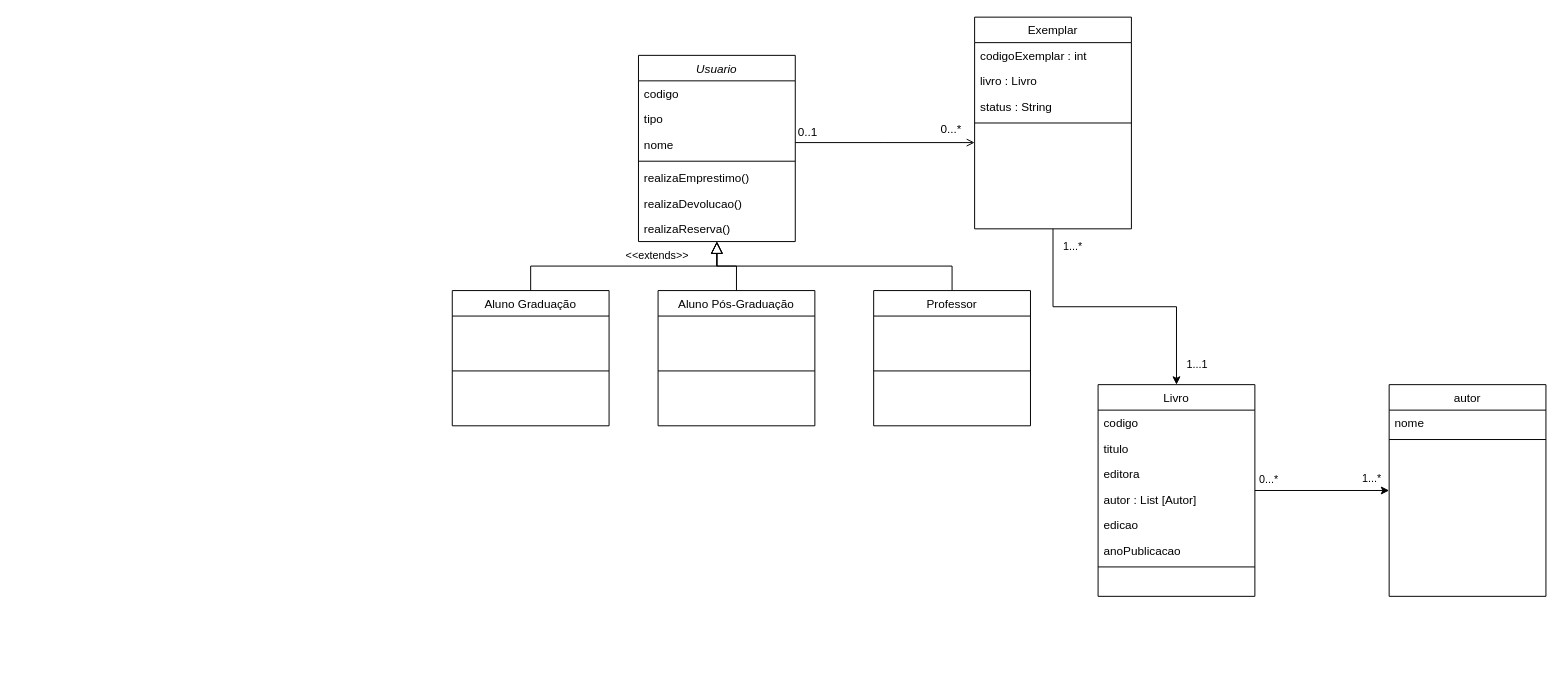
Earlier version of the draw.io diagram diagramas/Diagrama de Classes.drawio (DiegoSMAnjos/UFBA-BSI-EngSoft1-Sistema-Biblioteca). Source tidied: cells renumbered, new cells numbered last; positions are measured from the earlier drawing's top-left corner, leaving out a move shared by most shapes. Both pictures are drawn from the tidied source at 98%, with x=0, y=0 at pixel (452, 17).
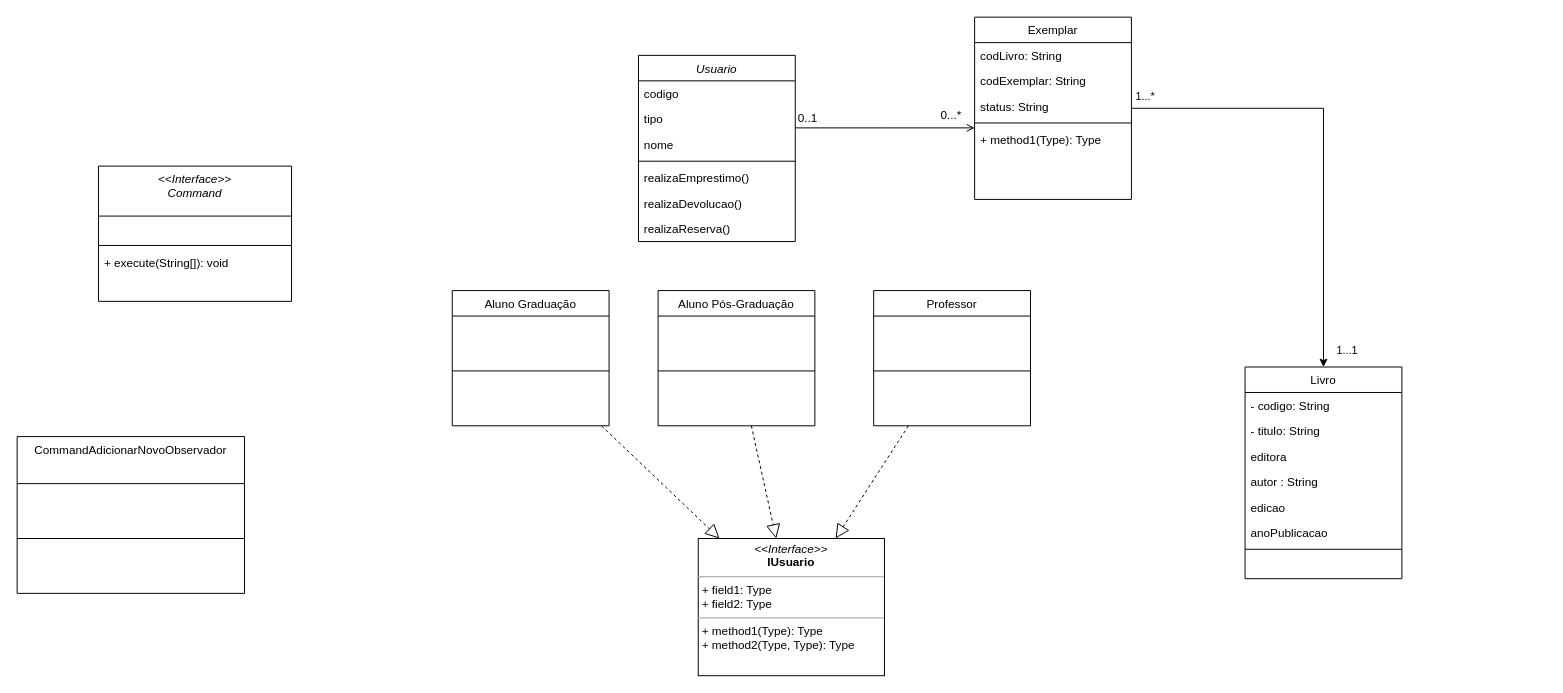
After the change.

The change refers to these unchanged cells:
```xml
<mxCell id="2" value="Usuario" style="swimlane;fontStyle=2;align=center;verticalAlign=top;horizontal=1;startSize=26;rounded=0;shadow=0;strokeWidth=1;" parent="1" vertex="1">
  <mxGeometry x="190" y="39" width="160" height="190" as="geometry" />
</mxCell>
<mxCell id="10" value="Aluno Graduação" style="swimlane;fontStyle=0;align=center;verticalAlign=top;horizontal=1;startSize=26;rounded=0;shadow=0;strokeWidth=1;" parent="1" vertex="1">
  <mxGeometry y="279" width="160" height="138" as="geometry" />
</mxCell>
<mxCell id="18" value="Professor" style="swimlane;fontStyle=0;align=center;verticalAlign=top;horizontal=1;startSize=26;rounded=0;shadow=0;strokeWidth=1;" parent="1" vertex="1">
  <mxGeometry x="430" y="279" width="160" height="138" as="geometry" />
</mxCell>
<mxCell id="25" style="edgeStyle=orthogonalEdgeStyle;rounded=0;jettySize=auto;html=1;" parent="1" edge="1" source="28" target="46">
  <mxGeometry relative="1" as="geometry" />
</mxCell>
<mxCell id="36" value="Aluno Pós-Graduação" style="swimlane;fontStyle=0;align=center;verticalAlign=top;horizontal=1;startSize=26;rounded=0;shadow=0;strokeWidth=1;" parent="1" vertex="1">
  <mxGeometry x="210" y="279" width="160" height="138" as="geometry" />
</mxCell>
```

What changed in the source:
```diff
@@
-    <mxCell id="16" style="endArrow=block;endSize=10;endFill=0;shadow=0;strokeWidth=1;rounded=0;edgeStyle=elbowEdgeStyle;elbow=vertical;" parent="1" edge="1" source="10" target="2">
-      <mxGeometry relative="1" as="geometry" />
-    </mxCell>
-    <mxCell id="17" value="&amp;lt;&amp;lt;extends&amp;gt;&amp;gt;" style="edgeLabel;html=1;align=center;verticalAlign=middle;" parent="16" vertex="1">
-      <mxGeometry x="0.06" y="1" relative="1" as="geometry">
-        <mxPoint x="26" y="-11" as="offset" />
-      </mxGeometry>
-    </mxCell>
@@
-    <mxCell id="24" style="endArrow=block;endSize=10;endFill=0;shadow=0;strokeWidth=1;rounded=0;edgeStyle=elbowEdgeStyle;elbow=vertical;" parent="1" edge="1" source="18" target="2">
-      <mxGeometry relative="1" as="geometry" />
-    </mxCell>
@@
     <mxCell id="26" value="1...*" style="edgeLabel;html=1;align=center;verticalAlign=middle;" parent="25" vertex="1">
       <mxGeometry x="-0.85" y="1" relative="1" as="geometry">
-        <mxPoint x="18" y="-4" as="offset" />
+        <mxPoint x="-22" y="-12" as="offset" />
       </mxGeometry>
     </mxCell>
     <mxCell id="27" value="1...1" style="edgeLabel;html=1;align=center;verticalAlign=middle;" parent="25" vertex="1">
       <mxGeometry x="0.84" y="-1" relative="1" as="geometry">
-        <mxPoint x="21" y="1" as="offset" />
+        <mxPoint x="24" y="19" as="offset" />
       </mxGeometry>
     </mxCell>
     <mxCell id="28" value="Exemplar" style="swimlane;fontStyle=0;align=center;verticalAlign=top;horizontal=1;startSize=26;rounded=0;shadow=0;strokeWidth=1;" parent="1" vertex="1">
-      <mxGeometry x="533" width="160" height="216" as="geometry" />
+      <mxGeometry x="533" width="160" height="186" as="geometry" />
     </mxCell>
+    <mxCell id="30" value="codLivro: String" style="text;align=left;verticalAlign=top;spacingLeft=4;spacingRight=4;overflow=hidden;rounded=0;shadow=0;html=0;" parent="28" vertex="1">
+      <mxGeometry y="26" width="160" height="26" as="geometry" />
+    </mxCell>
-    <mxCell id="29" value="codigoExemplar : int" style="text;align=left;verticalAlign=top;spacingLeft=4;spacingRight=4;overflow=hidden;rounded=0;shadow=0;html=0;" parent="28" vertex="1">
-      <mxGeometry y="26" width="160" height="26" as="geometry" />
+    <mxCell id="29" value="codExemplar: String" style="text;align=left;verticalAlign=top;spacingLeft=4;spacingRight=4;overflow=hidden;rounded=0;shadow=0;html=0;" parent="28" vertex="1">
+      <mxGeometry y="52" width="160" height="26" as="geometry" />
     </mxCell>
-    <mxCell id="30" value="livro : Livro" style="text;align=left;verticalAlign=top;spacingLeft=4;spacingRight=4;overflow=hidden;rounded=0;shadow=0;html=0;" parent="28" vertex="1">
-      <mxGeometry y="52" width="160" height="26" as="geometry" />
-    </mxCell>
-    <mxCell id="31" value="status : String" style="text;align=left;verticalAlign=top;spacingLeft=4;spacingRight=4;overflow=hidden;rounded=0;shadow=0;html=0;" parent="28" vertex="1">
+    <mxCell id="31" value="status: String" style="text;align=left;verticalAlign=top;spacingLeft=4;spacingRight=4;overflow=hidden;rounded=0;shadow=0;html=0;" parent="28" vertex="1">
       <mxGeometry y="78" width="160" height="26" as="geometry" />
     </mxCell>
@@
+    <mxCell id="57" value="+ method1(Type): Type" style="text;align=left;verticalAlign=top;spacingLeft=4;spacingRight=4;overflow=hidden;" parent="28" vertex="1">
+      <mxGeometry y="112" width="160" height="26" as="geometry" />
+    </mxCell>
@@
-    <mxCell id="42" style="endArrow=block;endSize=10;endFill=0;shadow=0;strokeWidth=1;rounded=0;edgeStyle=elbowEdgeStyle;elbow=vertical;" parent="1" edge="1" source="36" target="2">
-      <mxGeometry relative="1" as="geometry" />
-    </mxCell>
-    <mxCell id="43" style="edgeStyle=orthogonalEdgeStyle;rounded=0;jettySize=auto;html=1;" parent="1" edge="1" source="46" target="54">
-      <mxGeometry relative="1" as="geometry" />
-    </mxCell>
-    <mxCell id="44" value="0...*" style="edgeLabel;html=1;align=center;verticalAlign=middle;" parent="43" vertex="1">
-      <mxGeometry x="-0.82" relative="1" as="geometry">
-        <mxPoint x="1" y="-12" as="offset" />
-      </mxGeometry>
-    </mxCell>
-    <mxCell id="45" value="1...*" style="edgeLabel;html=1;align=center;verticalAlign=middle;" parent="43" vertex="1">
-      <mxGeometry x="0.74" y="2" relative="1" as="geometry">
-        <mxPoint x="-1" y="-11" as="offset" />
-      </mxGeometry>
-    </mxCell>
     <mxCell id="46" value="Livro" style="swimlane;fontStyle=0;align=center;verticalAlign=top;horizontal=1;startSize=26;rounded=0;shadow=0;strokeWidth=1;" parent="1" vertex="1">
-      <mxGeometry x="659" y="375" width="160" height="216" as="geometry" />
+      <mxGeometry x="809" y="357" width="160" height="216" as="geometry" />
     </mxCell>
-    <mxCell id="47" value="codigo" style="text;align=left;verticalAlign=top;spacingLeft=4;spacingRight=4;overflow=hidden;rounded=0;shadow=0;html=0;" parent="46" vertex="1">
+    <mxCell id="47" value="- codigo: String" style="text;align=left;verticalAlign=top;spacingLeft=4;spacingRight=4;overflow=hidden;rounded=0;shadow=0;html=0;" parent="46" vertex="1">
       <mxGeometry y="26" width="160" height="26" as="geometry" />
     </mxCell>
-    <mxCell id="48" value="titulo" style="text;align=left;verticalAlign=top;spacingLeft=4;spacingRight=4;overflow=hidden;rounded=0;shadow=0;html=0;" parent="46" vertex="1">
+    <mxCell id="48" value="- titulo: String" style="text;align=left;verticalAlign=top;spacingLeft=4;spacingRight=4;overflow=hidden;rounded=0;shadow=0;html=0;" parent="46" vertex="1">
       <mxGeometry y="52" width="160" height="26" as="geometry" />
     </mxCell>
@@
-    <mxCell id="50" value="autor : List [Autor]" style="text;align=left;verticalAlign=top;spacingLeft=4;spacingRight=4;overflow=hidden;rounded=0;shadow=0;html=0;" parent="46" vertex="1">
+    <mxCell id="50" value="autor : String" style="text;align=left;verticalAlign=top;spacingLeft=4;spacingRight=4;overflow=hidden;rounded=0;shadow=0;html=0;" parent="46" vertex="1">
       <mxGeometry y="104" width="160" height="26" as="geometry" />
     </mxCell>
@@
-    <mxCell id="54" value="autor" style="swimlane;fontStyle=0;align=center;verticalAlign=top;horizontal=1;startSize=26;rounded=0;shadow=0;strokeWidth=1;" parent="1" vertex="1">
-      <mxGeometry x="956" y="375" width="160" height="216" as="geometry" />
-    </mxCell>
-    <mxCell id="55" value="nome" style="text;align=left;verticalAlign=top;spacingLeft=4;spacingRight=4;overflow=hidden;rounded=0;shadow=0;html=0;" parent="54" vertex="1">
-      <mxGeometry y="26" width="160" height="26" as="geometry" />
-    </mxCell>
-    <mxCell id="56" style="line;html=1;strokeWidth=1;align=left;verticalAlign=middle;spacingTop=-1;spacingLeft=3;spacingRight=3;labelPosition=right;" parent="54" vertex="1">
-      <mxGeometry y="52" width="160" height="8" as="geometry" />
-    </mxCell>
+    <mxCell id="58" value="&lt;p style=&quot;margin:0px;margin-top:4px;text-align:center;&quot;&gt;&lt;i&gt;&amp;lt;&amp;lt;Interface&amp;gt;&amp;gt;&lt;/i&gt;&lt;br&gt;&lt;b&gt;IUsuario&lt;/b&gt;&lt;/p&gt;&lt;hr size=&quot;1&quot;&gt;&lt;p style=&quot;margin:0px;margin-left:4px;&quot;&gt;+ field1: Type&lt;br&gt;+ field2: Type&lt;/p&gt;&lt;hr size=&quot;1&quot;&gt;&lt;p style=&quot;margin:0px;margin-left:4px;&quot;&gt;+ method1(Type): Type&lt;br&gt;+ method2(Type, Type): Type&lt;/p&gt;" style="verticalAlign=top;align=left;overflow=fill;fontSize=12;fontFamily=Helvetica;html=1;whiteSpace=wrap;" parent="1" vertex="1">
+      <mxGeometry x="251" y="532" width="190" height="140" as="geometry" />
+    </mxCell>
+    <mxCell id="59" style="endArrow=block;dashed=1;endFill=0;endSize=12;html=1;rounded=0;" parent="1" edge="1" source="10" target="58">
+      <mxGeometry relative="1" as="geometry" />
+    </mxCell>
+    <mxCell id="60" style="endArrow=block;dashed=1;endFill=0;endSize=12;html=1;rounded=0;" parent="1" edge="1" source="36" target="58">
+      <mxGeometry relative="1" as="geometry" />
+    </mxCell>
+    <mxCell id="61" style="endArrow=block;dashed=1;endFill=0;endSize=12;html=1;rounded=0;" parent="1" edge="1" source="18" target="58">
+      <mxGeometry relative="1" as="geometry" />
+    </mxCell>
+    <mxCell id="62" value="CommandAdicionarNovoObservador" style="swimlane;fontStyle=0;align=center;verticalAlign=top;horizontal=1;startSize=48;rounded=0;shadow=0;strokeWidth=1;" parent="1" vertex="1">
+      <mxGeometry x="-444" y="428" width="232" height="160" as="geometry" />
+    </mxCell>
+    <mxCell id="63" value=" " style="text;align=left;verticalAlign=top;spacingLeft=4;spacingRight=4;overflow=hidden;" parent="62" vertex="1">
+      <mxGeometry y="48" width="232" height="26" as="geometry" />
+    </mxCell>
+    <mxCell id="64" value=" " style="text;align=left;verticalAlign=top;spacingLeft=4;spacingRight=4;overflow=hidden;rounded=0;shadow=0;html=0;" parent="62" vertex="1">
+      <mxGeometry y="74" width="232" height="26" as="geometry" />
+    </mxCell>
+    <mxCell id="65" style="line;html=1;strokeWidth=1;align=left;verticalAlign=middle;spacingTop=-1;spacingLeft=3;spacingRight=3;labelPosition=right;" parent="62" vertex="1">
+      <mxGeometry y="100" width="232" height="8" as="geometry" />
+    </mxCell>
+    <mxCell id="66" value=" " style="text;align=left;verticalAlign=top;spacingLeft=4;spacingRight=4;overflow=hidden;fontStyle=4;" parent="62" vertex="1">
+      <mxGeometry y="108" width="232" height="26" as="geometry" />
+    </mxCell>
+    <mxCell id="67" value=" " style="text;align=left;verticalAlign=top;spacingLeft=4;spacingRight=4;overflow=hidden;" parent="62" vertex="1">
+      <mxGeometry y="134" width="232" height="26" as="geometry" />
+    </mxCell>
+    <mxCell id="68" value="&lt;&lt;Interface&gt;&gt;&#10;Command" style="swimlane;fontStyle=2;align=center;verticalAlign=top;horizontal=1;startSize=51;rounded=0;shadow=0;strokeWidth=1;" parent="1" vertex="1">
+      <mxGeometry x="-361" y="152" width="197" height="138" as="geometry" />
+    </mxCell>
+    <mxCell id="69" value=" " style="text;align=left;verticalAlign=top;spacingLeft=4;spacingRight=4;overflow=hidden;" parent="68" vertex="1">
+      <mxGeometry y="51" width="197" height="26" as="geometry" />
+    </mxCell>
+    <mxCell id="70" style="line;html=1;strokeWidth=1;align=left;verticalAlign=middle;spacingTop=-1;spacingLeft=3;spacingRight=3;labelPosition=right;" parent="68" vertex="1">
+      <mxGeometry y="77" width="197" height="8" as="geometry" />
+    </mxCell>
+    <mxCell id="71" value="+ execute(String[]): void" style="text;align=left;verticalAlign=top;spacingLeft=4;spacingRight=4;overflow=hidden;fontStyle=0;" parent="68" vertex="1">
+      <mxGeometry y="85" width="197" height="26" as="geometry" />
+    </mxCell>
+    <mxCell id="72" value=" " style="text;align=left;verticalAlign=top;spacingLeft=4;spacingRight=4;overflow=hidden;" parent="68" vertex="1">
+      <mxGeometry y="111" width="197" height="26" as="geometry" />
+    </mxCell>
```
